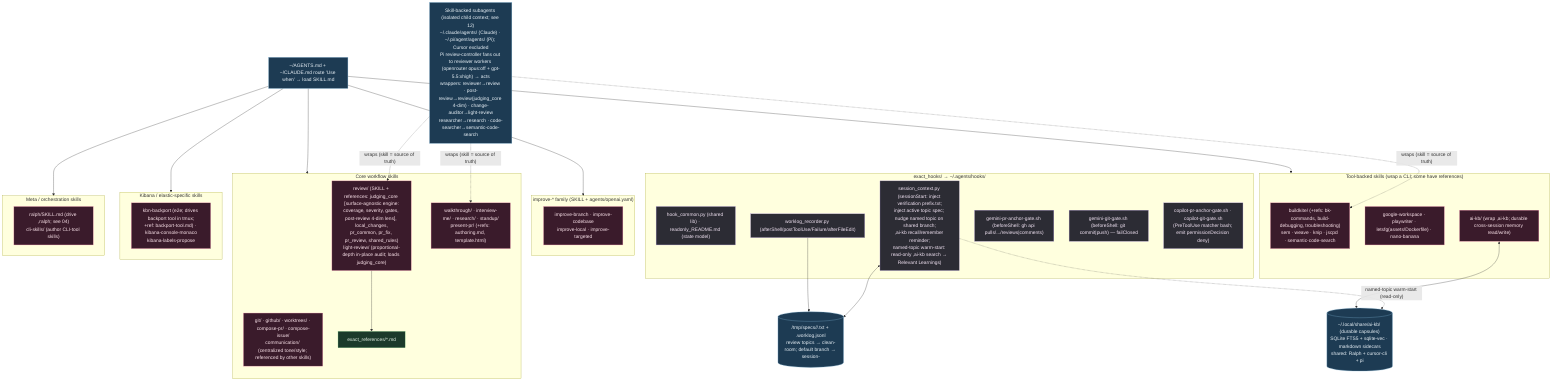
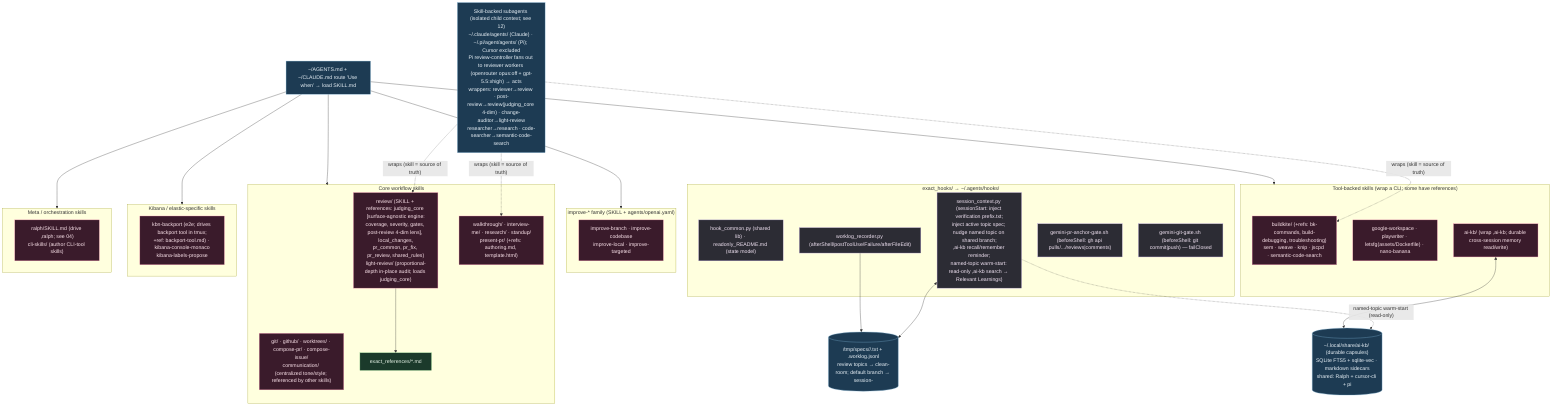
%% ============================================================================
- %% 03b-agent-skills-hooks.mmd — Every file under home/exact_dot_agents/ (62).
- %% Skills → ~/.agents/skills/ (intent-routed SKILL.md). Hooks → ~/.agents/hooks/.
+ %% 03b-agent-skills-hooks.mmd — Every file under home/exact_dot_agents/ (60).
+ %% Skills → ~/.agents/skills/ (intent-routed SKILL.md). Shared hooks → ~/.agents/hooks/.
%% ============================================================================
flowchart TB
    classDef skill fill:#3a1b2b,stroke:#f48fb1,color:#fce4ec;
    classDef hook fill:#2c2c34,stroke:#b39ddb,color:#f3e5f5;
    classDef ref fill:#1b3a2b,stroke:#81c784,color:#e8f5e9;
    classDef data fill:#1d3b53,stroke:#7fb3d5,color:#eaf2f8;

    subgraph HOOKS["exact_hooks/ → ~/.agents/hooks/"]
        HC["hook_common.py (shared lib) · readonly_README.md (state model)"]:::hook
        SCx["session_context.py (sessionStart: inject verification prefix.txt;<br/>inject active topic spec; nudge named topic on shared branch;<br/>,ai-kb recall/remember reminder;<br/>named-topic warm-start: read-only ,ai-kb search → Relevant Learnings)"]:::hook
        WLx["worklog_recorder.py (afterShell/postToolUse/Failure/afterFileEdit)"]:::hook
        PRG["gemini-pr-anchor-gate.sh (beforeShell: gh api pulls/.../reviews|comments)"]:::hook
        GG["gemini-git-gate.sh (beforeShell: git commit|push) — failClosed"]:::hook
-         CPG["copilot-pr-anchor-gate.sh · copilot-git-gate.sh<br/>(PreToolUse matcher bash; emit permissionDecision deny)"]:::hook
    end

    MEM[("/tmp/specs/<pwd>/<topic>.txt + .worklog.jsonl<br/>review topics → clean-room; default branch → session-<id>")]:::data
    SCx <--> MEM
    WLx --> MEM

    KBDB[("~/.local/share/ai-kb/ (durable capsules)<br/>SQLite FTS5 + sqlite-vec · markdown sidecars<br/>shared: Ralph + cursor-cli + pi")]:::data
    SCx -. "named-topic warm-start (read-only)" .-> KBDB

    subgraph CORE["Core workflow skills"]
        S1["review/ (SKILL + references: judging_core [surface-agnostic engine:<br/>coverage, severity, gates, post-review 4-dim lens], local_changes,<br/>pr_common, pr_fix, pr_review, shared_rules)<br/>light-review/ (proportional-depth in-place audit; loads judging_core)"]:::skill
        S2["git/ · github/ · worktrees/ · compose-pr/ · compose-issue/<br/>communication/ (centralized tone/style; referenced by other skills)"]:::skill
        S3["walkthrough/ · interview-me/ · research/ · standup/<br/>present-pr/ (+refs: authoring.md, template.html)"]:::skill
        S1 --> R1["exact_references/*.md"]:::ref
    end

    subgraph IMPROVE["improve-* family (SKILL + agents/openai.yaml)"]
        S4["improve-branch · improve-codebase<br/>improve-local · improve-targeted"]:::skill
    end

    subgraph TOOLS["Tool-backed skills (wrap a CLI; some have references)"]
        S5["buildkite/ (+refs: bk-commands, build-debugging, troubleshooting)<br/>sem · weave · knip · jscpd · semantic-code-search"]:::skill
        S6["google-workspace · playwriter · letsfg(assets/Dockerfile) · nano-banana"]:::skill
        S7["ai-kb/ (wrap ,ai-kb; durable cross-session memory read/write)"]:::skill
    end

    subgraph KBN["Kibana / elastic-specific skills"]
        S8["kbn-backport (e2e; drives backport tool in tmux;<br/>+ref: backport-tool.md) · kibana-console-monaco<br/>kibana-labels-propose"]:::skill
    end

    subgraph META["Meta / orchestration skills"]
        S9["ralph/SKILL.md (drive ,ralph; see 04)<br/>cli-skills/ (author CLI-tool skills)"]:::skill
    end

    SOPS["~/AGENTS.md + ~/CLAUDE.md route 'Use when' → load SKILL.md"]:::data
    SOPS --> CORE & IMPROVE & TOOLS & KBN & META
    S7 <--> KBDB

    SUBA["Skill-backed subagents (isolated child context; see 12)<br/>~/.claude/agents/ (Claude) · ~/.pi/agent/agents/ (Pi); Cursor excluded<br/>Pi review-controller fans out to reviewer workers (openrouter opus:off + gpt-5.5:xhigh) → acts<br/>wrappers: reviewer→review · post-review→review(judging_core 4-dim) · change-auditor→light-review<br/>researcher→research · code-searcher→semantic-code-search"]:::data
    SUBA -.->|"wraps (skill = source of truth)"| S1 & S3 & S5
